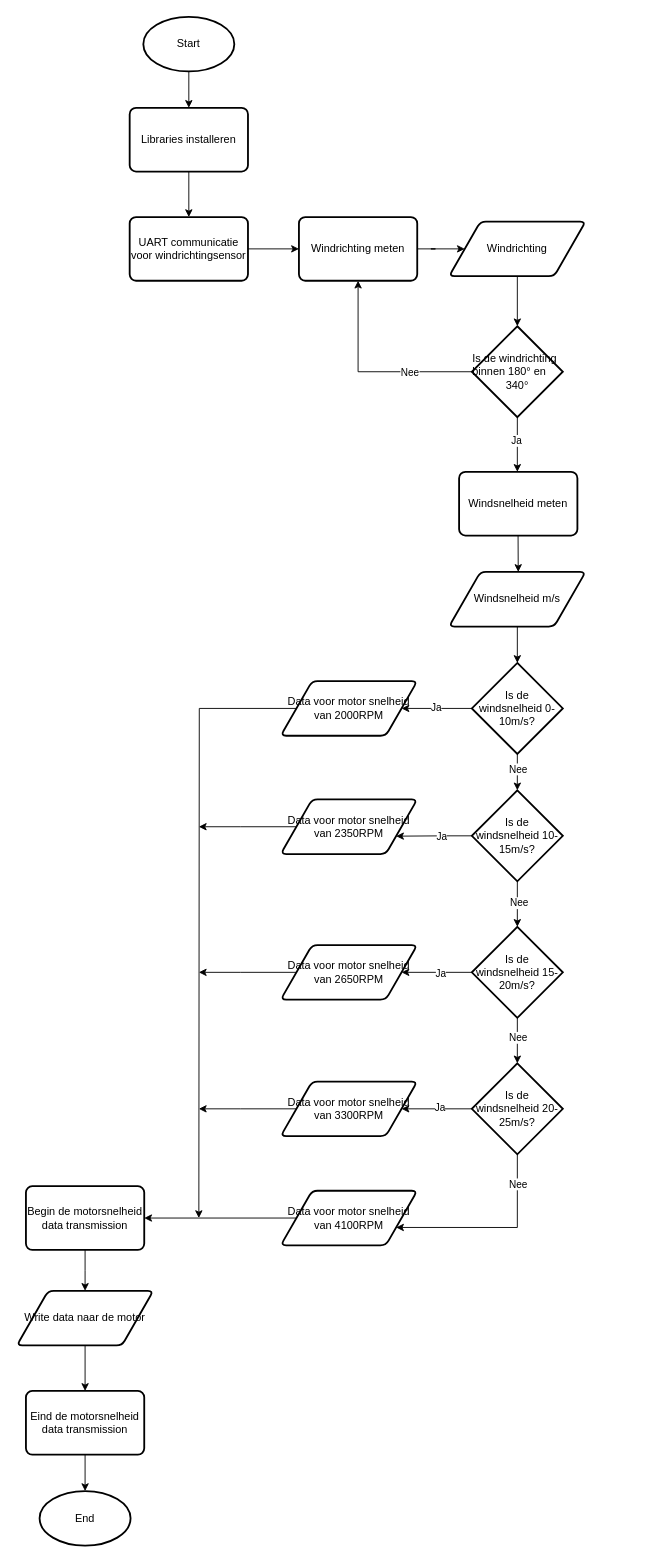
merelvdleeden/plastic_vanger keeps this draw.io diagram as documentatie/ontwerpen/WeerstationFlowchart.drawio. Above is the earlier version. Source tidied: cells renumbered, new cells numbered last; positions are measured from the earlier drawing's top-left corner, leaving out a move shared by most shapes. Both pictures are drawn from the tidied source at 91%, with x=0, y=0 at pixel (16, 16).
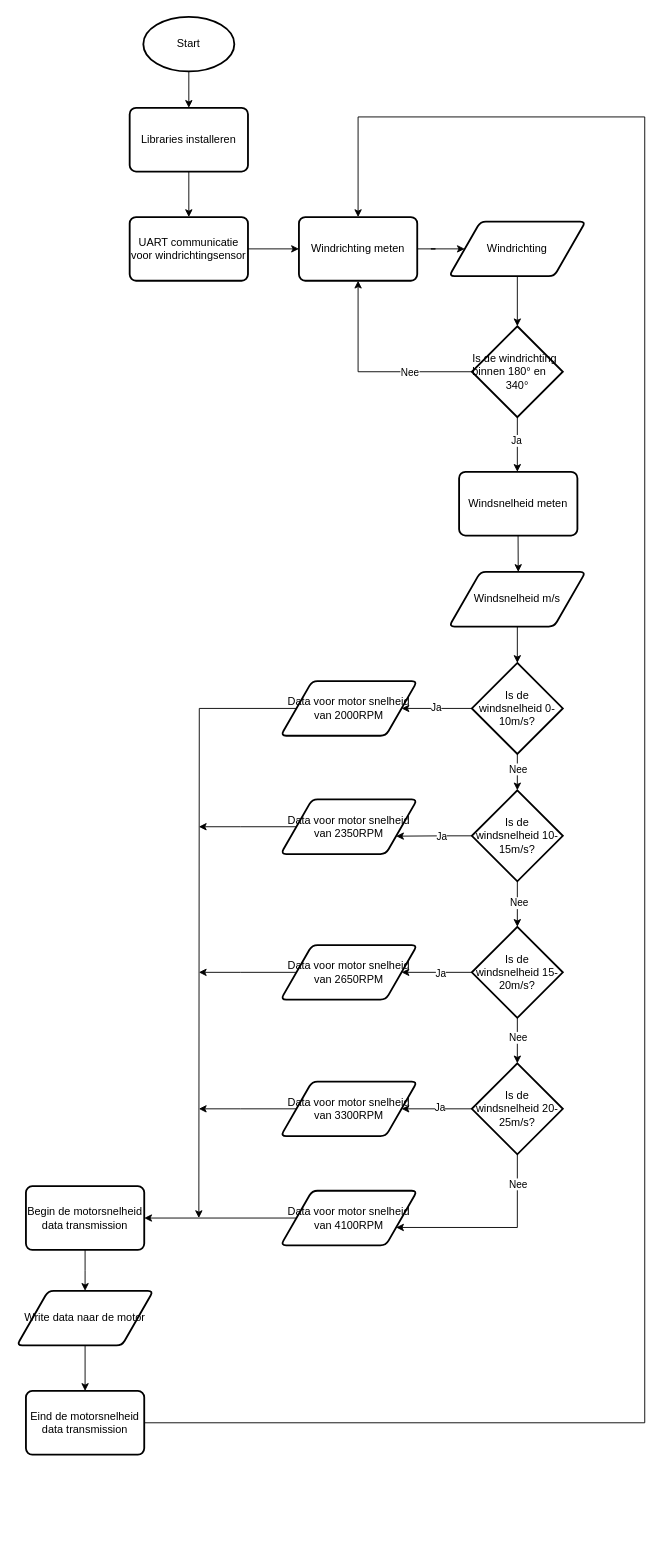
After the change.

The change refers to these unchanged cells:
```xml
<mxCell id="6" value="Windrichting meten" style="rounded=1;whiteSpace=wrap;html=1;absoluteArcSize=1;arcSize=14;strokeWidth=2;" parent="1" vertex="1">
  <mxGeometry x="310" y="220" width="130" height="70" as="geometry" />
</mxCell>
<mxCell id="15" value="Eind de motorsnelheid data transmission" style="rounded=1;whiteSpace=wrap;html=1;absoluteArcSize=1;arcSize=14;strokeWidth=2;" parent="1" vertex="1">
  <mxGeometry x="10" y="1510" width="130" height="70" as="geometry" />
</mxCell>
```

Diff of the diagram source:
```diff
@@
-    <mxCell id="4" value="End" style="strokeWidth=2;html=1;shape=mxgraph.flowchart.start_1;whiteSpace=wrap;" parent="1" vertex="1">
-      <mxGeometry x="25" y="1620" width="100" height="60" as="geometry" />
-    </mxCell>
@@
-    <mxCell id="16" style="edgeStyle=orthogonalEdgeStyle;rounded=0;jettySize=auto;html=1;entryX=0.5;entryY=0;entryDx=0;entryDy=0;entryPerimeter=0;" parent="1" edge="1" source="15" target="4">
-      <mxGeometry relative="1" as="geometry" />
+    <mxCell id="16" style="edgeStyle=orthogonalEdgeStyle;rounded=0;jettySize=auto;html=1;entryX=0.5;entryY=0;entryDx=0;entryDy=0;" parent="1" edge="1" source="15" target="6">
+      <mxGeometry relative="1" as="geometry">
+        <Array as="points">
+          <mxPoint x="690" y="1545" />
+          <mxPoint x="690" y="110" />
+          <mxPoint x="375" y="110" />
+        </Array>
+      </mxGeometry>
     </mxCell>
```
